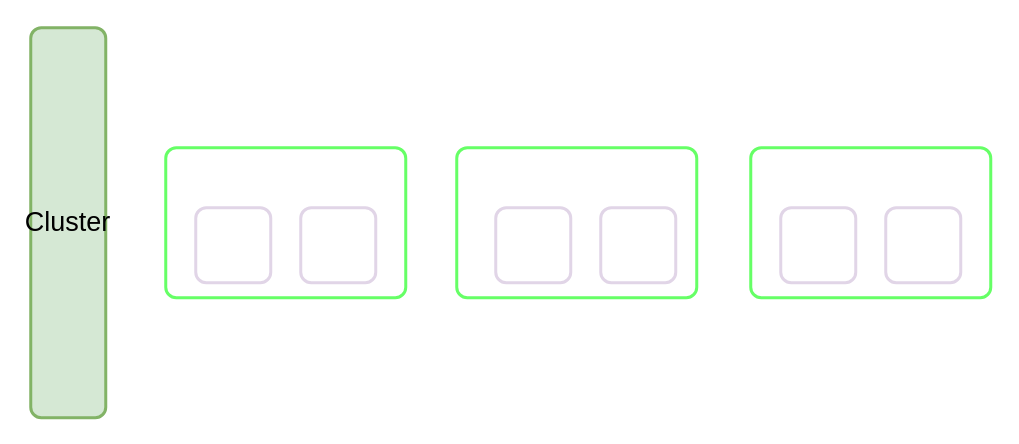
Above: Untitled Diagram.drawio in wangyanke/mynote (draw.io), before the change. Source tidied: cells renumbered, new cells numbered last; positions are measured from the earlier drawing's top-left corner, leaving out a move shared by most shapes. Both pictures are drawn from the tidied source at 150%, with x=0, y=0 at pixel (30, 27).
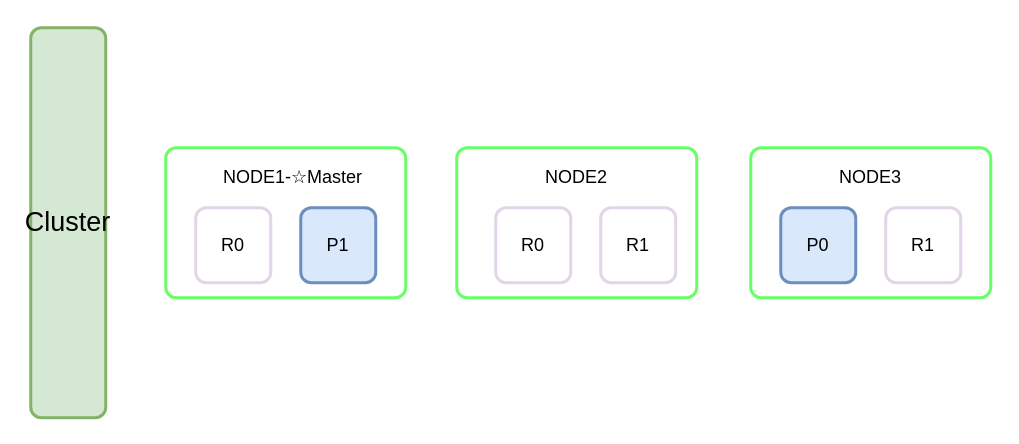
After the change.

The edit, as a diff of the source:
```diff
@@
 <mxGraphModel>
   <root>
     <mxCell id="0" />
     <mxCell id="1" parent="0" />
     <mxCell id="2" value="&lt;font style=&quot;font-size: 18px&quot;&gt;Cluster&lt;/font&gt;" style="rounded=1;whiteSpace=wrap;html=1;absoluteArcSize=1;arcSize=14;strokeWidth=2;fillColor=#d5e8d4;strokeColor=#82b366;" parent="1" vertex="1">
       <mxGeometry width="50" height="260" as="geometry" />
     </mxCell>
     <mxCell id="3" style="rounded=1;whiteSpace=wrap;html=1;absoluteArcSize=1;arcSize=14;strokeWidth=2;strokeColor=#66FF66;" parent="1" vertex="1">
       <mxGeometry x="90" y="80" width="160" height="100" as="geometry" />
     </mxCell>
-    <mxCell id="4" style="rounded=1;whiteSpace=wrap;html=1;absoluteArcSize=1;arcSize=14;strokeWidth=2;strokeColor=#E1D5E7;" parent="1" vertex="1">
+    <mxCell id="4" value="R0" style="rounded=1;whiteSpace=wrap;html=1;absoluteArcSize=1;arcSize=14;strokeWidth=2;strokeColor=#E1D5E7;" parent="1" vertex="1">
       <mxGeometry x="110" y="120" width="50" height="50" as="geometry" />
     </mxCell>
     <mxCell id="5" style="rounded=1;whiteSpace=wrap;html=1;absoluteArcSize=1;arcSize=14;strokeWidth=2;strokeColor=#66FF66;" parent="1" vertex="1">
       <mxGeometry x="284" y="80" width="160" height="100" as="geometry" />
     </mxCell>
     <mxCell id="6" style="rounded=1;whiteSpace=wrap;html=1;absoluteArcSize=1;arcSize=14;strokeWidth=2;strokeColor=#66FF66;" parent="1" vertex="1">
       <mxGeometry x="480" y="80" width="160" height="100" as="geometry" />
     </mxCell>
-    <mxCell id="7" style="rounded=1;whiteSpace=wrap;html=1;absoluteArcSize=1;arcSize=14;strokeWidth=2;strokeColor=#E1D5E7;" parent="1" vertex="1">
+    <mxCell id="7" value="P1" style="rounded=1;whiteSpace=wrap;html=1;absoluteArcSize=1;arcSize=14;strokeWidth=2;strokeColor=#6c8ebf;fillColor=#dae8fc;" parent="1" vertex="1">
       <mxGeometry x="180" y="120" width="50" height="50" as="geometry" />
     </mxCell>
-    <mxCell id="8" style="rounded=1;whiteSpace=wrap;html=1;absoluteArcSize=1;arcSize=14;strokeWidth=2;strokeColor=#E1D5E7;" parent="1" vertex="1">
+    <mxCell id="8" value="R0" style="rounded=1;whiteSpace=wrap;html=1;absoluteArcSize=1;arcSize=14;strokeWidth=2;strokeColor=#E1D5E7;" parent="1" vertex="1">
       <mxGeometry x="310" y="120" width="50" height="50" as="geometry" />
     </mxCell>
-    <mxCell id="9" style="rounded=1;whiteSpace=wrap;html=1;absoluteArcSize=1;arcSize=14;strokeWidth=2;strokeColor=#E1D5E7;" parent="1" vertex="1">
+    <mxCell id="9" value="R1" style="rounded=1;whiteSpace=wrap;html=1;absoluteArcSize=1;arcSize=14;strokeWidth=2;strokeColor=#E1D5E7;" parent="1" vertex="1">
       <mxGeometry x="380" y="120" width="50" height="50" as="geometry" />
     </mxCell>
-    <mxCell id="10" style="rounded=1;whiteSpace=wrap;html=1;absoluteArcSize=1;arcSize=14;strokeWidth=2;strokeColor=#E1D5E7;" parent="1" vertex="1">
+    <mxCell id="10" value="P0" style="rounded=1;whiteSpace=wrap;html=1;absoluteArcSize=1;arcSize=14;strokeWidth=2;strokeColor=#6c8ebf;fillColor=#dae8fc;" parent="1" vertex="1">
       <mxGeometry x="500" y="120" width="50" height="50" as="geometry" />
     </mxCell>
-    <mxCell id="11" style="rounded=1;whiteSpace=wrap;html=1;absoluteArcSize=1;arcSize=14;strokeWidth=2;strokeColor=#E1D5E7;" parent="1" vertex="1">
+    <mxCell id="11" value="R1" style="rounded=1;whiteSpace=wrap;html=1;absoluteArcSize=1;arcSize=14;strokeWidth=2;strokeColor=#E1D5E7;" parent="1" vertex="1">
       <mxGeometry x="570" y="120" width="50" height="50" as="geometry" />
     </mxCell>
+    <mxCell id="12" value="NODE1-☆Master" style="rounded=1;whiteSpace=wrap;html=1;absoluteArcSize=1;arcSize=14;strokeWidth=2;strokeColor=#FFFFFF;fillColor=none;" parent="1" vertex="1">
+      <mxGeometry x="110" y="90" width="130" height="20" as="geometry" />
+    </mxCell>
+    <mxCell id="13" value="NODE2" style="rounded=1;whiteSpace=wrap;html=1;absoluteArcSize=1;arcSize=14;strokeWidth=2;strokeColor=#FFFFFF;fillColor=none;" parent="1" vertex="1">
+      <mxGeometry x="298.5" y="90" width="130" height="20" as="geometry" />
+    </mxCell>
+    <mxCell id="14" value="NODE3" style="rounded=1;whiteSpace=wrap;html=1;absoluteArcSize=1;arcSize=14;strokeWidth=2;strokeColor=#FFFFFF;fillColor=none;" parent="1" vertex="1">
+      <mxGeometry x="495" y="90" width="130" height="20" as="geometry" />
+    </mxCell>
   </root>
 </mxGraphModel>
```
